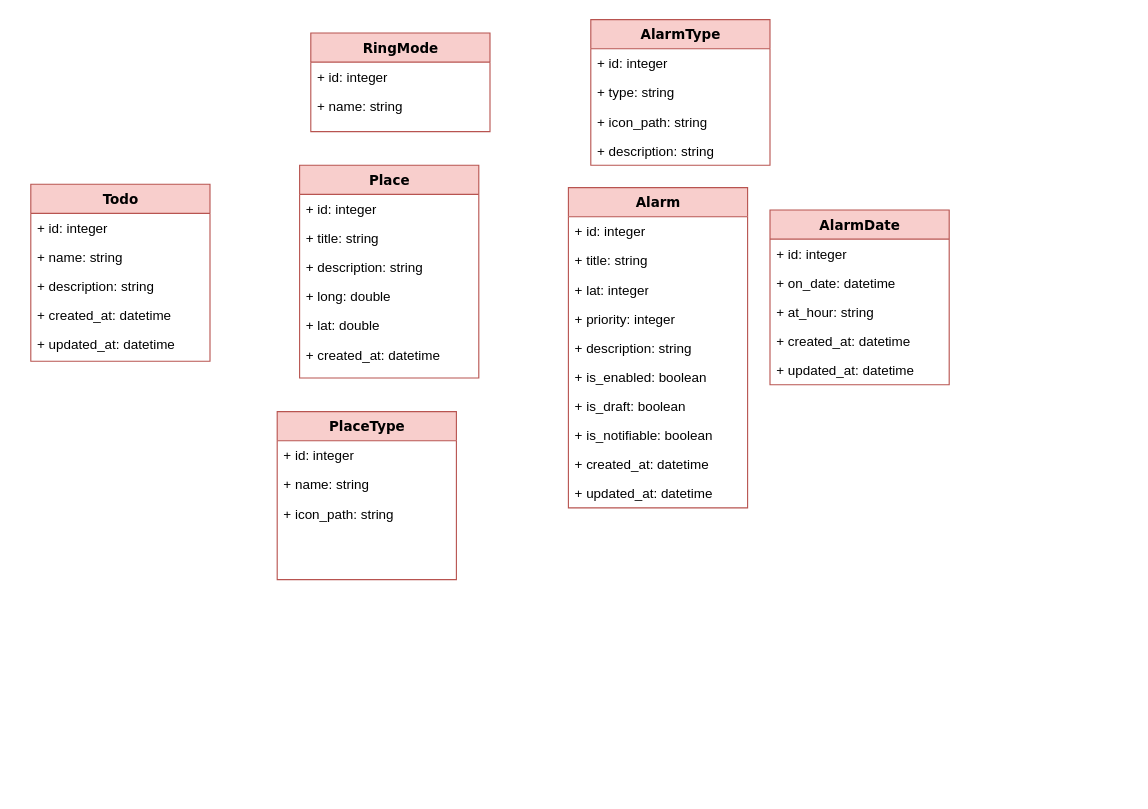
ValdesChe/ChangeRingPlace keeps this draw.io diagram as Documentation/LocalDatabaseClassDiagram.drawio. Above is the earlier version. Source tidied: cells renumbered, new cells numbered last; positions are measured from the earlier drawing's top-left corner, leaving out a move shared by most shapes. Both pictures are drawn from the tidied source at 112%, with x=0, y=0 at pixel (30, 19).
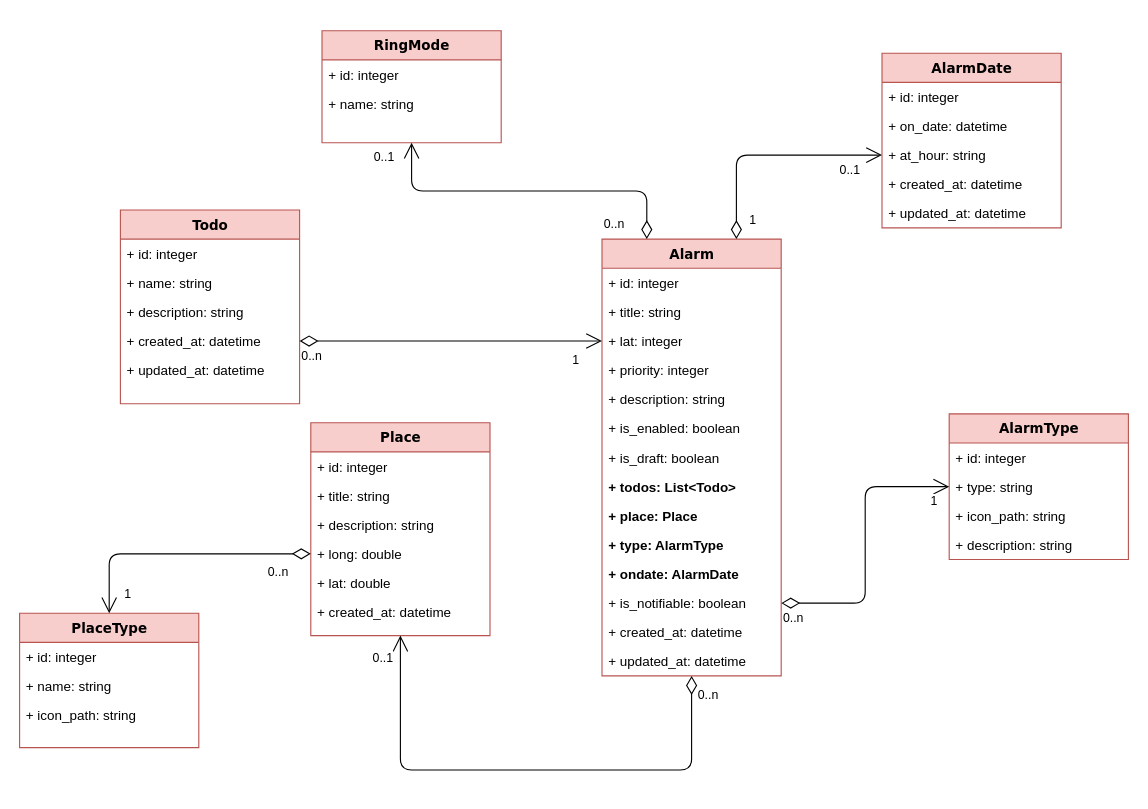
Above is the later version.

The change refers to these unchanged cells:
```xml
<mxCell id="6" value="+ created_at: datetime" style="text;html=1;strokeColor=none;fillColor=none;align=left;verticalAlign=top;spacingLeft=4;spacingRight=4;whiteSpace=wrap;overflow=hidden;points=[[0,0.5],[1,0.5]];portConstraint=eastwest;" parent="2" vertex="1">
  <mxGeometry y="104" width="160" height="26" as="geometry" />
</mxCell>
<mxCell id="14" value="+ lat: integer" style="text;html=1;strokeColor=none;fillColor=none;align=left;verticalAlign=top;spacingLeft=4;spacingRight=4;whiteSpace=wrap;overflow=hidden;points=[[0,0.5],[1,0.5]];portConstraint=eastwest;" parent="11" vertex="1">
  <mxGeometry y="78" width="160" height="26" as="geometry" />
</mxCell>
<mxCell id="30" value="+ long: double" style="text;html=1;strokeColor=none;fillColor=none;align=left;verticalAlign=top;spacingLeft=4;spacingRight=4;whiteSpace=wrap;overflow=hidden;points=[[0,0.5],[1,0.5]];portConstraint=eastwest;" parent="26" vertex="1">
  <mxGeometry y="104" width="160" height="26" as="geometry" />
</mxCell>
<mxCell id="35" value="+ type: string" style="text;html=1;strokeColor=none;fillColor=none;align=left;verticalAlign=top;spacingLeft=4;spacingRight=4;whiteSpace=wrap;overflow=hidden;points=[[0,0.5],[1,0.5]];portConstraint=eastwest;" parent="33" vertex="1">
  <mxGeometry y="52" width="160" height="26" as="geometry" />
</mxCell>
<mxCell id="41" value="+ at_hour: string" style="text;html=1;strokeColor=none;fillColor=none;align=left;verticalAlign=top;spacingLeft=4;spacingRight=4;whiteSpace=wrap;overflow=hidden;points=[[0,0.5],[1,0.5]];portConstraint=eastwest;" parent="38" vertex="1">
  <mxGeometry y="78" width="160" height="26" as="geometry" />
</mxCell>
```

Change to the diagram source:
```diff
@@
     <mxCell id="2" value="Todo" style="swimlane;html=1;fontStyle=1;align=center;verticalAlign=top;horizontal=1;startSize=26;swimlaneFillColor=#ffffff;rounded=0;shadow=0;comic=0;labelBackgroundColor=none;strokeWidth=1;fillColor=#f8cecc;fontFamily=Verdana;fontSize=12;strokeColor=#b85450;" parent="1" vertex="1">
-      <mxGeometry y="147" width="160" height="158" as="geometry" />
+      <mxGeometry x="80" y="170" width="160" height="173" as="geometry" />
     </mxCell>
@@
     <mxCell id="8" value="RingMode" style="swimlane;html=1;fontStyle=1;align=center;verticalAlign=top;horizontal=1;startSize=26;swimlaneFillColor=#ffffff;rounded=0;shadow=0;comic=0;labelBackgroundColor=none;strokeWidth=1;fillColor=#f8cecc;fontFamily=Verdana;fontSize=12;strokeColor=#b85450;" parent="1" vertex="1">
-      <mxGeometry x="250" y="12" width="160" height="88" as="geometry" />
+      <mxGeometry x="260" y="10" width="160" height="100" as="geometry" />
     </mxCell>
@@
     <mxCell id="11" value="Alarm" style="swimlane;html=1;fontStyle=1;align=center;verticalAlign=top;horizontal=1;startSize=26;swimlaneFillColor=#ffffff;rounded=0;shadow=0;comic=0;labelBackgroundColor=none;strokeWidth=1;fillColor=#f8cecc;fontFamily=Verdana;fontSize=12;strokeColor=#b85450;" parent="1" vertex="1">
-      <mxGeometry x="480" y="150" width="160" height="286" as="geometry" />
+      <mxGeometry x="510" y="196" width="160" height="390" as="geometry" />
     </mxCell>
@@
+    <mxCell id="44" value="+ todos: List&amp;lt;Todo&amp;gt;" style="text;html=1;strokeColor=none;fillColor=none;align=left;verticalAlign=top;spacingLeft=4;spacingRight=4;whiteSpace=wrap;overflow=hidden;fontStyle=1;" parent="11" vertex="1">
+      <mxGeometry y="208" width="160" height="26" as="geometry" />
+    </mxCell>
+    <mxCell id="45" value="+ place: Place" style="text;html=1;strokeColor=none;fillColor=none;align=left;verticalAlign=top;spacingLeft=4;spacingRight=4;whiteSpace=wrap;overflow=hidden;fontStyle=1;" parent="11" vertex="1">
+      <mxGeometry y="234" width="160" height="26" as="geometry" />
+    </mxCell>
+    <mxCell id="46" value="+ type: AlarmType" style="text;html=1;strokeColor=none;fillColor=none;align=left;verticalAlign=top;spacingLeft=4;spacingRight=4;whiteSpace=wrap;overflow=hidden;fontStyle=1;" parent="11" vertex="1">
+      <mxGeometry y="260" width="160" height="26" as="geometry" />
+    </mxCell>
+    <mxCell id="47" value="+ ondate: AlarmDate" style="text;html=1;strokeColor=none;fillColor=none;align=left;verticalAlign=top;spacingLeft=4;spacingRight=4;whiteSpace=wrap;overflow=hidden;fontStyle=1;" parent="11" vertex="1">
+      <mxGeometry y="286" width="160" height="26" as="geometry" />
+    </mxCell>
     <mxCell id="19" value="+ is_notifiable: boolean" style="text;html=1;strokeColor=none;fillColor=none;align=left;verticalAlign=top;spacingLeft=4;spacingRight=4;whiteSpace=wrap;overflow=hidden;points=[[0,0.5],[1,0.5]];portConstraint=eastwest;" parent="11" vertex="1">
-      <mxGeometry y="208" width="160" height="26" as="geometry" />
+      <mxGeometry y="312" width="160" height="26" as="geometry" />
     </mxCell>
     <mxCell id="20" value="+ created_at: datetime" style="text;html=1;strokeColor=none;fillColor=none;align=left;verticalAlign=top;spacingLeft=4;spacingRight=4;whiteSpace=wrap;overflow=hidden;" parent="11" vertex="1">
-      <mxGeometry y="234" width="160" height="26" as="geometry" />
+      <mxGeometry y="338" width="160" height="26" as="geometry" />
     </mxCell>
     <mxCell id="21" value="+ updated_at: datetime" style="text;html=1;strokeColor=none;fillColor=none;align=left;verticalAlign=top;spacingLeft=4;spacingRight=4;whiteSpace=wrap;overflow=hidden;" parent="11" vertex="1">
-      <mxGeometry y="260" width="160" height="26" as="geometry" />
+      <mxGeometry y="364" width="160" height="26" as="geometry" />
     </mxCell>
     <mxCell id="22" value="PlaceType" style="swimlane;html=1;fontStyle=1;align=center;verticalAlign=top;horizontal=1;startSize=26;swimlaneFillColor=#ffffff;rounded=0;shadow=0;comic=0;labelBackgroundColor=none;strokeWidth=1;fillColor=#f8cecc;fontFamily=Verdana;fontSize=12;strokeColor=#b85450;" parent="1" vertex="1">
-      <mxGeometry x="220" y="350" width="160" height="150" as="geometry" />
+      <mxGeometry x="-10" y="530" width="160" height="120" as="geometry" />
     </mxCell>
@@
     <mxCell id="26" value="Place" style="swimlane;html=1;fontStyle=1;align=center;verticalAlign=top;horizontal=1;startSize=26;swimlaneFillColor=#ffffff;rounded=0;shadow=0;comic=0;labelBackgroundColor=none;strokeWidth=1;fillColor=#f8cecc;fontFamily=Verdana;fontSize=12;strokeColor=#b85450;" parent="1" vertex="1">
-      <mxGeometry x="240" y="130" width="160" height="190" as="geometry" />
+      <mxGeometry x="250" y="360" width="160" height="190" as="geometry" />
     </mxCell>
@@
     <mxCell id="33" value="AlarmType" style="swimlane;html=1;fontStyle=1;align=center;verticalAlign=top;horizontal=1;startSize=26;swimlaneFillColor=#ffffff;rounded=0;shadow=0;comic=0;labelBackgroundColor=none;strokeWidth=1;fillColor=#f8cecc;fontFamily=Verdana;fontSize=12;strokeColor=#b85450;" parent="1" vertex="1">
-      <mxGeometry x="500" width="160" height="130" as="geometry" />
+      <mxGeometry x="820" y="352" width="160" height="130" as="geometry" />
     </mxCell>
@@
     <mxCell id="38" value="AlarmDate" style="swimlane;html=1;fontStyle=1;align=center;verticalAlign=top;horizontal=1;startSize=26;swimlaneFillColor=#ffffff;rounded=0;shadow=0;comic=0;labelBackgroundColor=none;strokeWidth=1;fillColor=#f8cecc;fontFamily=Verdana;fontSize=12;strokeColor=#b85450;" parent="1" vertex="1">
-      <mxGeometry x="660" y="170" width="160" height="156" as="geometry" />
+      <mxGeometry x="760" y="30" width="160" height="156" as="geometry" />
     </mxCell>
@@
+    <mxCell id="48" style="endArrow=open;html=1;endSize=12;startArrow=diamondThin;startSize=14;startFill=0;edgeStyle=orthogonalEdgeStyle;exitX=0.5;exitY=1;exitDx=0;exitDy=0;entryX=0.5;entryY=1;entryDx=0;entryDy=0;" parent="1" edge="1" source="11" target="26">
+      <mxGeometry relative="1" as="geometry">
+        <Array as="points">
+          <mxPoint x="590" y="670" />
+          <mxPoint x="330" y="670" />
+        </Array>
+      </mxGeometry>
+    </mxCell>
+    <mxCell id="49" value="0..n" style="edgeLabel;html=1;align=left;verticalAlign=top;" parent="48" vertex="1">
+      <mxGeometry x="-1" relative="1" as="geometry">
+        <mxPoint x="4" y="4" as="offset" />
+      </mxGeometry>
+    </mxCell>
+    <mxCell id="50" value="0..1" style="edgeLabel;html=1;align=right;verticalAlign=top;" parent="48" vertex="1">
+      <mxGeometry x="1" relative="1" as="geometry">
+        <mxPoint x="-6" y="7" as="offset" />
+      </mxGeometry>
+    </mxCell>
+    <mxCell id="51" style="endArrow=open;html=1;endSize=12;startArrow=diamondThin;startSize=14;startFill=0;edgeStyle=orthogonalEdgeStyle;exitX=1;exitY=0.5;exitDx=0;exitDy=0;entryX=0;entryY=0.5;entryDx=0;entryDy=0;" parent="1" edge="1" source="6" target="14">
+      <mxGeometry relative="1" as="geometry" />
+    </mxCell>
+    <mxCell id="52" value="0..n" style="edgeLabel;html=1;align=left;verticalAlign=top;" parent="51" vertex="1">
+      <mxGeometry x="-1" relative="1" as="geometry" />
+    </mxCell>
+    <mxCell id="53" value="1" style="edgeLabel;html=1;align=right;verticalAlign=top;" parent="51" vertex="1">
+      <mxGeometry x="1" relative="1" as="geometry">
+        <mxPoint x="-20" y="4" as="offset" />
+      </mxGeometry>
+    </mxCell>
+    <mxCell id="54" style="endArrow=open;html=1;endSize=12;startArrow=diamondThin;startSize=14;startFill=0;edgeStyle=orthogonalEdgeStyle;entryX=0;entryY=0.5;entryDx=0;entryDy=0;exitX=1;exitY=0.5;exitDx=0;exitDy=0;" parent="1" edge="1" source="19" target="35">
+      <mxGeometry relative="1" as="geometry" />
+    </mxCell>
+    <mxCell id="55" value="0..n" style="edgeLabel;html=1;align=left;verticalAlign=top;" parent="54" vertex="1">
+      <mxGeometry x="-1" relative="1" as="geometry" />
+    </mxCell>
+    <mxCell id="56" value="1" style="edgeLabel;html=1;align=right;verticalAlign=top;" parent="54" vertex="1">
+      <mxGeometry x="1" relative="1" as="geometry">
+        <mxPoint x="-9.7" as="offset" />
+      </mxGeometry>
+    </mxCell>
+    <mxCell id="57" style="endArrow=open;html=1;endSize=12;startArrow=diamondThin;startSize=14;startFill=0;edgeStyle=orthogonalEdgeStyle;exitX=0;exitY=0.5;exitDx=0;exitDy=0;entryX=0.5;entryY=0;entryDx=0;entryDy=0;" parent="1" edge="1" source="30" target="22">
+      <mxGeometry relative="1" as="geometry" />
+    </mxCell>
+    <mxCell id="58" value="0..n" style="edgeLabel;html=1;align=left;verticalAlign=top;" parent="57" vertex="1">
+      <mxGeometry x="-1" relative="1" as="geometry">
+        <mxPoint x="-40" y="3" as="offset" />
+      </mxGeometry>
+    </mxCell>
+    <mxCell id="59" value="1" style="edgeLabel;html=1;align=right;verticalAlign=top;" parent="57" vertex="1">
+      <mxGeometry x="1" relative="1" as="geometry">
+        <mxPoint x="20" y="-30" as="offset" />
+      </mxGeometry>
+    </mxCell>
+    <mxCell id="60" style="endArrow=open;html=1;endSize=12;startArrow=diamondThin;startSize=14;startFill=0;edgeStyle=orthogonalEdgeStyle;entryX=0;entryY=0.5;entryDx=0;entryDy=0;exitX=0.75;exitY=0;exitDx=0;exitDy=0;" parent="1" edge="1" source="11" target="41">
+      <mxGeometry x="-0.27" y="-30" relative="1" as="geometry">
+        <Array as="points">
+          <mxPoint x="630" y="121" />
+        </Array>
+        <mxPoint x="30" y="-30" as="offset" />
+      </mxGeometry>
+    </mxCell>
+    <mxCell id="61" value="1" style="edgeLabel;html=1;align=left;verticalAlign=top;" parent="60" vertex="1">
+      <mxGeometry x="-1" relative="1" as="geometry">
+        <mxPoint x="10" y="-30" as="offset" />
+      </mxGeometry>
+    </mxCell>
+    <mxCell id="62" value="0..1" style="edgeLabel;html=1;align=right;verticalAlign=top;" parent="60" vertex="1">
+      <mxGeometry x="1" relative="1" as="geometry">
+        <mxPoint x="-19.3" as="offset" />
+      </mxGeometry>
+    </mxCell>
+    <mxCell id="63" style="endArrow=open;html=1;endSize=12;startArrow=diamondThin;startSize=14;startFill=0;edgeStyle=orthogonalEdgeStyle;exitX=0.25;exitY=0;exitDx=0;exitDy=0;entryX=0.5;entryY=1;entryDx=0;entryDy=0;" parent="1" edge="1" source="11" target="8">
+      <mxGeometry relative="1" as="geometry" />
+    </mxCell>
+    <mxCell id="64" value="0..n" style="edgeLabel;html=1;align=left;verticalAlign=top;" parent="63" vertex="1">
+      <mxGeometry x="-1" relative="1" as="geometry">
+        <mxPoint x="-40" y="-26" as="offset" />
+      </mxGeometry>
+    </mxCell>
+    <mxCell id="65" value="0..1" style="edgeLabel;html=1;align=right;verticalAlign=top;" parent="63" vertex="1">
+      <mxGeometry x="1" relative="1" as="geometry">
+        <mxPoint x="-15" as="offset" />
+      </mxGeometry>
+    </mxCell>
```
